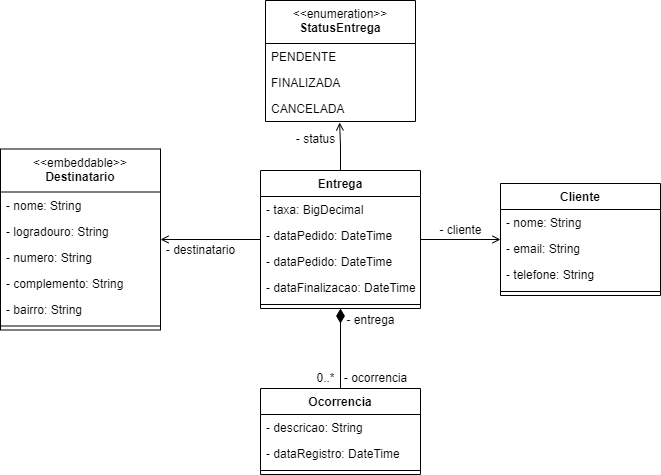
Above: algalog-api/.github/algalog.png in anabalves/back-end-projects (draw.io), before the change. Source tidied: cells renumbered, new cells last; positions are measured from the earlier drawing's top-left corner, leaving out a move shared by most shapes.
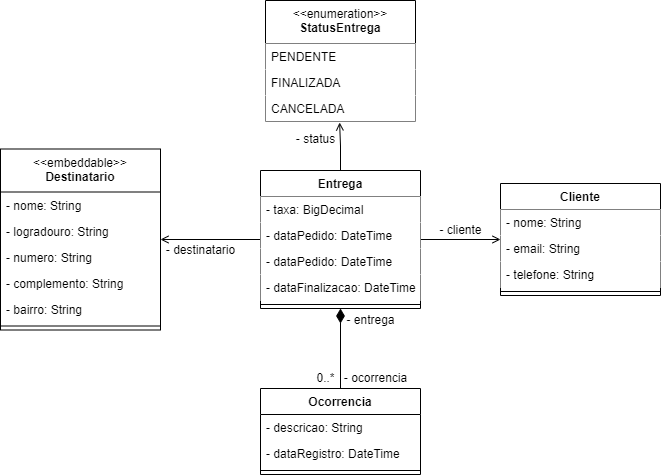
Above is the later version.

Diff of the diagram source:
```diff
@@ -1,113 +1,113 @@
 <mxGraphModel>
   <root>
-    <mxCell id="0" />
-    <mxCell id="1" parent="0" />
+    <mxCell id="38" />
+    <mxCell id="39" parent="38" />
-    <mxCell id="2" style="edgeStyle=orthogonalEdgeStyle;rounded=0;jettySize=auto;html=1;endArrow=open;endFill=0;" parent="1" edge="1" source="6" target="12">
+    <mxCell id="2" style="edgeStyle=orthogonalEdgeStyle;rounded=0;jettySize=auto;html=1;endArrow=open;endFill=0;" parent="39" edge="1" source="6" target="12">
       <mxGeometry relative="1" as="geometry" />
     </mxCell>
-    <mxCell id="3" style="edgeStyle=orthogonalEdgeStyle;rounded=0;jettySize=auto;html=1;endArrow=open;endFill=0;" parent="1" edge="1" source="6" target="19">
+    <mxCell id="3" style="edgeStyle=orthogonalEdgeStyle;rounded=0;jettySize=auto;html=1;endArrow=open;endFill=0;" parent="39" edge="1" source="6" target="19">
       <mxGeometry relative="1" as="geometry" />
     </mxCell>
-    <mxCell id="4" style="edgeStyle=orthogonalEdgeStyle;rounded=0;jettySize=auto;html=1;fontSize=12;entryX=0.494;entryY=1.038;entryDx=0;entryDy=0;entryPerimeter=0;endArrow=open;endFill=0;" parent="1" edge="1" source="6" target="29">
+    <mxCell id="4" style="edgeStyle=orthogonalEdgeStyle;rounded=0;jettySize=auto;html=1;fontSize=12;entryX=0.494;entryY=1.038;entryDx=0;entryDy=0;entryPerimeter=0;endArrow=open;endFill=0;" parent="39" edge="1" source="6" target="29">
       <mxGeometry relative="1" as="geometry" />
     </mxCell>
-    <mxCell id="5" style="edgeStyle=orthogonalEdgeStyle;rounded=0;jettySize=auto;html=1;fontSize=12;endArrow=diamondThin;endFill=1;exitX=0.5;exitY=0;exitDx=0;exitDy=0;entryX=0.5;entryY=1;entryDx=0;entryDy=0;endSize=12;" parent="1" edge="1" source="31" target="6">
+    <mxCell id="5" style="edgeStyle=orthogonalEdgeStyle;rounded=0;jettySize=auto;html=1;fontSize=12;endArrow=diamondThin;endFill=1;exitX=0.5;exitY=0;exitDx=0;exitDy=0;entryX=0.5;entryY=1;entryDx=0;entryDy=0;endSize=12;" parent="39" edge="1" source="31" target="6">
       <mxGeometry relative="1" as="geometry" />
     </mxCell>
-    <mxCell id="6" value="Entrega" style="swimlane;fontStyle=1;align=center;verticalAlign=top;horizontal=1;startSize=26;" parent="1" vertex="1">
+    <mxCell id="6" value="Entrega" style="swimlane;fontStyle=1;align=center;verticalAlign=top;horizontal=1;startSize=26;fillColor=#FFFFFF;swimlaneFillColor=#FFFFFF;" parent="39" vertex="1">
       <mxGeometry x="260" y="170" width="160" height="138" as="geometry" />
     </mxCell>
-    <mxCell id="7" value="- taxa: BigDecimal" style="text;strokeColor=none;fillColor=none;align=left;verticalAlign=top;spacingLeft=4;spacingRight=4;overflow=hidden;" parent="6" vertex="1">
+    <mxCell id="7" value="- taxa: BigDecimal" style="text;align=left;verticalAlign=top;spacingLeft=4;spacingRight=4;overflow=hidden;fillColor=#FFFFFF;swimlaneFillColor=#FFFFFF;" parent="6" vertex="1">
       <mxGeometry y="26" width="160" height="26" as="geometry" />
     </mxCell>
-    <mxCell id="8" value="- dataPedido: DateTime" style="text;strokeColor=none;fillColor=none;align=left;verticalAlign=top;spacingLeft=4;spacingRight=4;overflow=hidden;" parent="6" vertex="1">
-      <mxGeometry y="52" width="160" height="26" as="geometry" />
-    </mxCell>
-    <mxCell id="9" value="- dataPedido: DateTime" style="text;strokeColor=none;fillColor=none;align=left;verticalAlign=top;spacingLeft=4;spacingRight=4;overflow=hidden;" parent="6" vertex="1">
-      <mxGeometry y="78" width="160" height="26" as="geometry" />
-    </mxCell>
+    <mxCell id="40" value="- dataPedido: DateTime" style="text;align=left;verticalAlign=top;spacingLeft=4;spacingRight=4;overflow=hidden;fillColor=#FFFFFF;swimlaneFillColor=#FFFFFF;" parent="6" vertex="1">
+      <mxGeometry y="52" width="160" height="26" as="geometry" />
+    </mxCell>
+    <mxCell id="41" value="- dataPedido: DateTime" style="text;align=left;verticalAlign=top;spacingLeft=4;spacingRight=4;overflow=hidden;fillColor=#FFFFFF;swimlaneFillColor=#FFFFFF;" parent="6" vertex="1">
+      <mxGeometry y="78" width="160" height="26" as="geometry" />
+    </mxCell>
-    <mxCell id="10" value="- dataFinalizacao: DateTime" style="text;strokeColor=none;fillColor=none;align=left;verticalAlign=top;spacingLeft=4;spacingRight=4;overflow=hidden;" parent="6" vertex="1">
+    <mxCell id="10" value="- dataFinalizacao: DateTime" style="text;align=left;verticalAlign=top;spacingLeft=4;spacingRight=4;overflow=hidden;fillColor=#FFFFFF;swimlaneFillColor=#FFFFFF;" parent="6" vertex="1">
       <mxGeometry y="104" width="160" height="26" as="geometry" />
     </mxCell>
-    <mxCell id="11" style="line;strokeWidth=1;fillColor=none;align=left;verticalAlign=middle;spacingTop=-1;spacingLeft=3;spacingRight=3;labelPosition=right;" parent="6" vertex="1">
-      <mxGeometry y="130" width="160" height="8" as="geometry" />
-    </mxCell>
+    <mxCell id="42" style="line;strokeWidth=1;align=left;verticalAlign=middle;spacingTop=-1;spacingLeft=3;spacingRight=3;labelPosition=right;fillColor=#FFFFFF;swimlaneFillColor=#FFFFFF;" parent="6" vertex="1">
+      <mxGeometry y="130" width="160" height="8" as="geometry" />
+    </mxCell>
-    <mxCell id="12" value="Cliente" style="swimlane;fontStyle=1;align=center;verticalAlign=top;horizontal=1;startSize=26;" parent="1" vertex="1">
+    <mxCell id="12" value="Cliente" style="swimlane;fontStyle=1;align=center;verticalAlign=top;horizontal=1;startSize=26;fillColor=#FFFFFF;swimlaneFillColor=#FFFFFF;" parent="39" vertex="1">
       <mxGeometry x="500" y="183" width="160" height="112" as="geometry" />
     </mxCell>
-    <mxCell id="13" value="- nome: String" style="text;strokeColor=none;fillColor=none;align=left;verticalAlign=top;spacingLeft=4;spacingRight=4;overflow=hidden;" parent="12" vertex="1">
-      <mxGeometry y="26" width="160" height="26" as="geometry" />
-    </mxCell>
+    <mxCell id="43" value="- nome: String" style="text;align=left;verticalAlign=top;spacingLeft=4;spacingRight=4;overflow=hidden;fillColor=#FFFFFF;swimlaneFillColor=#FFFFFF;" parent="12" vertex="1">
+      <mxGeometry y="26" width="160" height="26" as="geometry" />
+    </mxCell>
-    <mxCell id="14" value="- email: String" style="text;strokeColor=none;fillColor=none;align=left;verticalAlign=top;spacingLeft=4;spacingRight=4;overflow=hidden;" parent="12" vertex="1">
+    <mxCell id="14" value="- email: String" style="text;align=left;verticalAlign=top;spacingLeft=4;spacingRight=4;overflow=hidden;fillColor=#FFFFFF;swimlaneFillColor=#FFFFFF;" parent="12" vertex="1">
       <mxGeometry y="52" width="160" height="26" as="geometry" />
     </mxCell>
-    <mxCell id="15" value="- telefone: String" style="text;strokeColor=none;fillColor=none;align=left;verticalAlign=top;spacingLeft=4;spacingRight=4;overflow=hidden;" parent="12" vertex="1">
+    <mxCell id="15" value="- telefone: String" style="text;align=left;verticalAlign=top;spacingLeft=4;spacingRight=4;overflow=hidden;fillColor=#FFFFFF;swimlaneFillColor=#FFFFFF;" parent="12" vertex="1">
       <mxGeometry y="78" width="160" height="26" as="geometry" />
     </mxCell>
-    <mxCell id="16" style="line;strokeWidth=1;fillColor=none;align=left;verticalAlign=middle;spacingTop=-1;spacingLeft=3;spacingRight=3;labelPosition=right;" parent="12" vertex="1">
-      <mxGeometry y="104" width="160" height="8" as="geometry" />
-    </mxCell>
+    <mxCell id="44" style="line;strokeWidth=1;align=left;verticalAlign=middle;spacingTop=-1;spacingLeft=3;spacingRight=3;labelPosition=right;fillColor=#FFFFFF;swimlaneFillColor=#FFFFFF;" parent="12" vertex="1">
+      <mxGeometry y="104" width="160" height="8" as="geometry" />
+    </mxCell>
-    <mxCell id="17" value="- cliente" style="text;html=1;align=center;verticalAlign=middle;strokeColor=none;fillColor=none;" parent="1" vertex="1">
+    <mxCell id="17" value="- cliente" style="text;html=1;align=center;verticalAlign=middle;" parent="39" vertex="1">
       <mxGeometry x="430" y="220" width="60" height="20" as="geometry" />
     </mxCell>
-    <mxCell id="18" value="- destinatario" style="text;html=1;align=center;verticalAlign=middle;strokeColor=none;fillColor=none;" parent="1" vertex="1">
+    <mxCell id="18" value="- destinatario" style="text;html=1;align=center;verticalAlign=middle;" parent="39" vertex="1">
       <mxGeometry x="160" y="240" width="80" height="20" as="geometry" />
     </mxCell>
-    <mxCell id="19" value="&lt;font style=&quot;font-size: 12px&quot;&gt;&lt;span style=&quot;font-weight: normal&quot;&gt;&amp;lt;&amp;lt;embeddable&amp;gt;&amp;gt;&lt;/span&gt;&lt;br&gt;Destinatario&lt;/font&gt;" style="swimlane;fontStyle=1;align=center;verticalAlign=top;horizontal=1;startSize=43;whiteSpace=wrap;html=1;" parent="1" vertex="1">
+    <mxCell id="19" value="&lt;font style=&quot;font-size: 12px&quot;&gt;&lt;span style=&quot;font-weight: normal&quot;&gt;&amp;lt;&amp;lt;embeddable&amp;gt;&amp;gt;&lt;/span&gt;&lt;br&gt;Destinatario&lt;/font&gt;" style="swimlane;fontStyle=1;align=center;verticalAlign=top;horizontal=1;startSize=43;whiteSpace=wrap;html=1;swimlaneFillColor=#FFFFFF;" parent="39" vertex="1">
       <mxGeometry y="148.5" width="160" height="181" as="geometry" />
     </mxCell>
-    <mxCell id="20" value="- nome: String" style="text;strokeColor=none;fillColor=none;align=left;verticalAlign=top;spacingLeft=4;spacingRight=4;overflow=hidden;" parent="19" vertex="1">
-      <mxGeometry y="43" width="160" height="26" as="geometry" />
-    </mxCell>
+    <mxCell id="45" value="- nome: String" style="text;align=left;verticalAlign=top;spacingLeft=4;spacingRight=4;overflow=hidden;swimlaneFillColor=#FFFFFF;" parent="19" vertex="1">
+      <mxGeometry y="43" width="160" height="26" as="geometry" />
+    </mxCell>
-    <mxCell id="21" value="- logradouro: String" style="text;strokeColor=none;fillColor=none;align=left;verticalAlign=top;spacingLeft=4;spacingRight=4;overflow=hidden;" parent="19" vertex="1">
+    <mxCell id="21" value="- logradouro: String" style="text;align=left;verticalAlign=top;spacingLeft=4;spacingRight=4;overflow=hidden;swimlaneFillColor=#FFFFFF;" parent="19" vertex="1">
       <mxGeometry y="69" width="160" height="26" as="geometry" />
     </mxCell>
-    <mxCell id="22" value="- numero: String" style="text;strokeColor=none;fillColor=none;align=left;verticalAlign=top;spacingLeft=4;spacingRight=4;overflow=hidden;" parent="19" vertex="1">
+    <mxCell id="22" value="- numero: String" style="text;align=left;verticalAlign=top;spacingLeft=4;spacingRight=4;overflow=hidden;swimlaneFillColor=#FFFFFF;" parent="19" vertex="1">
       <mxGeometry y="95" width="160" height="26" as="geometry" />
     </mxCell>
-    <mxCell id="23" value="- complemento: String" style="text;strokeColor=none;fillColor=none;align=left;verticalAlign=top;spacingLeft=4;spacingRight=4;overflow=hidden;" parent="19" vertex="1">
+    <mxCell id="23" value="- complemento: String" style="text;align=left;verticalAlign=top;spacingLeft=4;spacingRight=4;overflow=hidden;swimlaneFillColor=#FFFFFF;" parent="19" vertex="1">
       <mxGeometry y="121" width="160" height="26" as="geometry" />
     </mxCell>
-    <mxCell id="24" value="- bairro: String" style="text;strokeColor=none;fillColor=none;align=left;verticalAlign=top;spacingLeft=4;spacingRight=4;overflow=hidden;" parent="19" vertex="1">
+    <mxCell id="24" value="- bairro: String" style="text;align=left;verticalAlign=top;spacingLeft=4;spacingRight=4;overflow=hidden;swimlaneFillColor=#FFFFFF;" parent="19" vertex="1">
       <mxGeometry y="147" width="160" height="26" as="geometry" />
     </mxCell>
-    <mxCell id="25" style="line;strokeWidth=1;fillColor=none;align=left;verticalAlign=middle;spacingTop=-1;spacingLeft=3;spacingRight=3;labelPosition=right;" parent="19" vertex="1">
-      <mxGeometry y="173" width="160" height="8" as="geometry" />
-    </mxCell>
+    <mxCell id="46" style="line;strokeWidth=1;align=left;verticalAlign=middle;spacingTop=-1;spacingLeft=3;spacingRight=3;labelPosition=right;swimlaneFillColor=#FFFFFF;" parent="19" vertex="1">
+      <mxGeometry y="173" width="160" height="8" as="geometry" />
+    </mxCell>
-    <mxCell id="26" value="&lt;font style=&quot;font-size: 12px&quot;&gt;&lt;span style=&quot;font-weight: normal&quot;&gt;&amp;lt;&amp;lt;enumeration&amp;gt;&amp;gt;&lt;/span&gt;&lt;br&gt;StatusEntrega&lt;/font&gt;" style="swimlane;fontStyle=1;align=center;verticalAlign=top;horizontal=1;startSize=43;whiteSpace=wrap;html=1;" parent="1" vertex="1">
+    <mxCell id="26" value="&lt;font style=&quot;font-size: 12px&quot;&gt;&lt;span style=&quot;font-weight: normal&quot;&gt;&amp;lt;&amp;lt;enumeration&amp;gt;&amp;gt;&lt;/span&gt;&lt;br&gt;StatusEntrega&lt;/font&gt;" style="swimlane;fontStyle=1;align=center;verticalAlign=top;horizontal=1;startSize=43;whiteSpace=wrap;html=1;fillColor=#FFFFFF;swimlaneFillColor=#FFFFFF;" parent="39" vertex="1">
       <mxGeometry x="265" width="150" height="121" as="geometry" />
     </mxCell>
-    <mxCell id="27" value="PENDENTE" style="text;strokeColor=none;fillColor=none;align=left;verticalAlign=top;spacingLeft=4;spacingRight=4;overflow=hidden;" parent="26" vertex="1">
+    <mxCell id="27" value="PENDENTE" style="text;align=left;verticalAlign=top;spacingLeft=4;spacingRight=4;overflow=hidden;fillColor=#FFFFFF;swimlaneFillColor=#FFFFFF;" parent="26" vertex="1">
       <mxGeometry y="43" width="150" height="26" as="geometry" />
     </mxCell>
-    <mxCell id="28" value="FINALIZADA" style="text;strokeColor=none;fillColor=none;align=left;verticalAlign=top;spacingLeft=4;spacingRight=4;overflow=hidden;" parent="26" vertex="1">
+    <mxCell id="28" value="FINALIZADA" style="text;align=left;verticalAlign=top;spacingLeft=4;spacingRight=4;overflow=hidden;fillColor=#FFFFFF;swimlaneFillColor=#FFFFFF;" parent="26" vertex="1">
       <mxGeometry y="69" width="150" height="26" as="geometry" />
     </mxCell>
-    <mxCell id="29" value="CANCELADA" style="text;strokeColor=none;fillColor=none;align=left;verticalAlign=top;spacingLeft=4;spacingRight=4;overflow=hidden;points=[[0,0.5],[1,0.5]];portConstraint=eastwest;" parent="26" vertex="1">
+    <mxCell id="29" value="CANCELADA" style="text;align=left;verticalAlign=top;spacingLeft=4;spacingRight=4;overflow=hidden;points=[[0,0.5],[1,0.5]];portConstraint=eastwest;fillColor=#FFFFFF;swimlaneFillColor=#FFFFFF;" parent="26" vertex="1">
       <mxGeometry y="95" width="150" height="26" as="geometry" />
     </mxCell>
-    <mxCell id="30" value="- status" style="text;html=1;align=center;verticalAlign=middle;strokeColor=none;fillColor=none;" parent="1" vertex="1">
+    <mxCell id="30" value="- status" style="text;html=1;align=center;verticalAlign=middle;" parent="39" vertex="1">
       <mxGeometry x="290" y="128.5" width="50" height="20" as="geometry" />
     </mxCell>
-    <mxCell id="31" value="Ocorrencia" style="swimlane;fontStyle=1;align=center;verticalAlign=top;horizontal=1;startSize=26;" parent="1" vertex="1">
+    <mxCell id="31" value="Ocorrencia" style="swimlane;fontStyle=1;align=center;verticalAlign=top;horizontal=1;startSize=26;swimlaneFillColor=#FFFFFF;" parent="39" vertex="1">
       <mxGeometry x="260" y="388" width="160" height="86" as="geometry" />
     </mxCell>
-    <mxCell id="32" value="- descricao: String" style="text;strokeColor=none;fillColor=none;align=left;verticalAlign=top;spacingLeft=4;spacingRight=4;overflow=hidden;" parent="31" vertex="1">
+    <mxCell id="32" value="- descricao: String" style="text;align=left;verticalAlign=top;spacingLeft=4;spacingRight=4;overflow=hidden;swimlaneFillColor=#FFFFFF;" parent="31" vertex="1">
       <mxGeometry y="26" width="160" height="26" as="geometry" />
     </mxCell>
-    <mxCell id="33" value="- dataRegistro: DateTime" style="text;strokeColor=none;fillColor=none;align=left;verticalAlign=top;spacingLeft=4;spacingRight=4;overflow=hidden;" parent="31" vertex="1">
+    <mxCell id="33" value="- dataRegistro: DateTime" style="text;align=left;verticalAlign=top;spacingLeft=4;spacingRight=4;overflow=hidden;swimlaneFillColor=#FFFFFF;" parent="31" vertex="1">
       <mxGeometry y="52" width="160" height="26" as="geometry" />
     </mxCell>
-    <mxCell id="34" style="line;strokeWidth=1;fillColor=none;align=left;verticalAlign=middle;spacingTop=-1;spacingLeft=3;spacingRight=3;labelPosition=right;" parent="31" vertex="1">
-      <mxGeometry y="78" width="160" height="8" as="geometry" />
-    </mxCell>
+    <mxCell id="47" style="line;strokeWidth=1;align=left;verticalAlign=middle;spacingTop=-1;spacingLeft=3;spacingRight=3;labelPosition=right;swimlaneFillColor=#FFFFFF;" parent="31" vertex="1">
+      <mxGeometry y="78" width="160" height="8" as="geometry" />
+    </mxCell>
-    <mxCell id="35" value="- entrega" style="text;html=1;align=center;verticalAlign=middle;strokeColor=none;fillColor=none;" parent="1" vertex="1">
+    <mxCell id="35" value="- entrega" style="text;html=1;align=center;verticalAlign=middle;" parent="39" vertex="1">
       <mxGeometry x="340" y="309.5" width="60" height="20" as="geometry" />
     </mxCell>
-    <mxCell id="36" value="- ocorrencia" style="text;html=1;align=center;verticalAlign=middle;strokeColor=none;fillColor=none;" parent="1" vertex="1">
+    <mxCell id="36" value="- ocorrencia" style="text;html=1;align=center;verticalAlign=middle;" parent="39" vertex="1">
       <mxGeometry x="335" y="368" width="80" height="20" as="geometry" />
     </mxCell>
-    <mxCell id="37" value="0..*" style="text;html=1;align=center;verticalAlign=middle;strokeColor=none;fillColor=none;" parent="1" vertex="1">
+    <mxCell id="37" value="0..*" style="text;html=1;align=center;verticalAlign=middle;" parent="39" vertex="1">
       <mxGeometry x="310" y="368" width="30" height="20" as="geometry" />
     </mxCell>
   </root>
```
